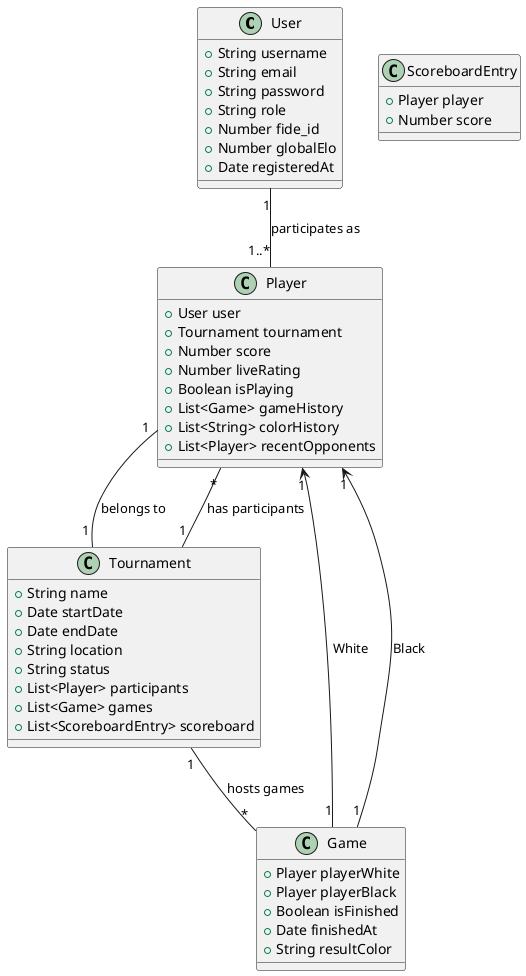
The PlantUML diagram docs/diagrams/class_diagram.png in geokoko/NTUArena, before a commit.
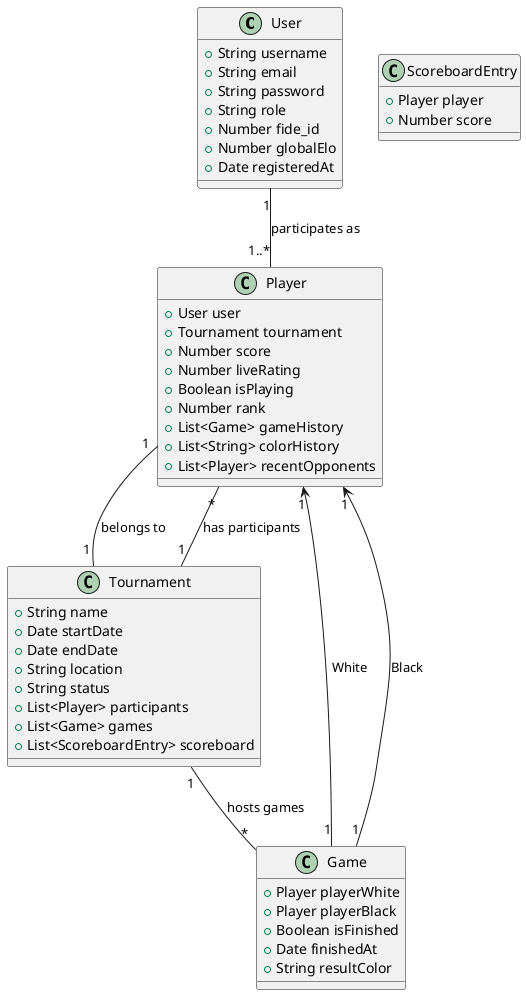
The same diagram one commit later.

Commit message:
Small correction in class diagram

What changed in the source:
```diff
@@ -15,6 +15,7 @@
   +Number score
   +Number liveRating
   +Boolean isPlaying
+  +Number rank
   +List<Game> gameHistory
   +List<String> colorHistory
   +List<Player> recentOpponents
```
